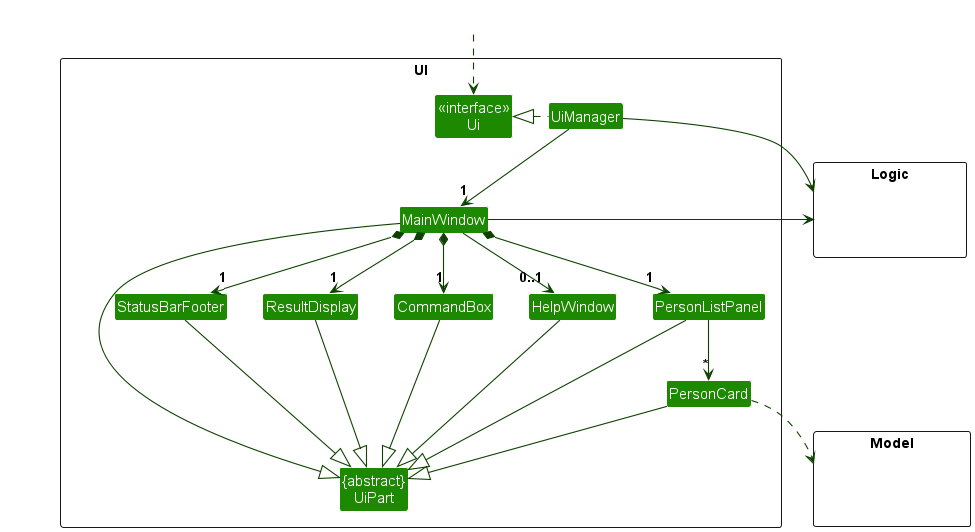
The PlantUML diagram docs/images/UiClassDiagram.png in nus-cs2103-AY2425S1/tp, before a commit.
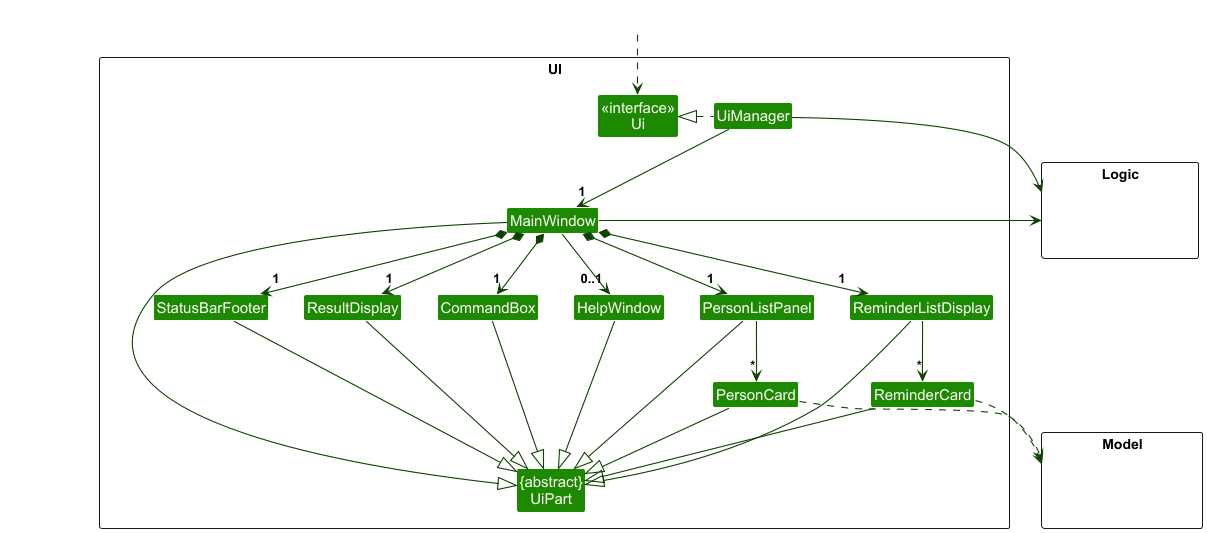
The same file after the commit.

What changed in the source:
```diff
@@ -15,6 +15,8 @@
 Class PersonCard
 Class StatusBarFooter
 Class CommandBox
+Class ReminderCard
+Class ReminderListDisplay
 }
 
 package Model <<Rectangle>> {
@@ -35,8 +37,11 @@
 MainWindow *-down-> "1" PersonListPanel
 MainWindow *-down-> "1" StatusBarFooter
 MainWindow --> "0..1" HelpWindow
+MainWindow *-down-> "1" ReminderListDisplay
 
 PersonListPanel -down-> "*" PersonCard
+
+ReminderListDisplay -down-> "*" ReminderCard
 
 MainWindow -left-|> UiPart
 
@@ -46,11 +51,15 @@
 PersonCard --|> UiPart
 StatusBarFooter --|> UiPart
 HelpWindow --|> UiPart
+ReminderCard --|> UiPart
+ReminderListDisplay --|> UiPart
 
 PersonCard ..> Model
+ReminderCard ..> Model
 UiManager -right-> Logic
 MainWindow -left-> Logic
 
+ReminderListDisplay -[hidden]left- PersonListPanel
 PersonListPanel -[hidden]left- HelpWindow
 HelpWindow -[hidden]left- CommandBox
 CommandBox -[hidden]left- ResultDisplay
```
